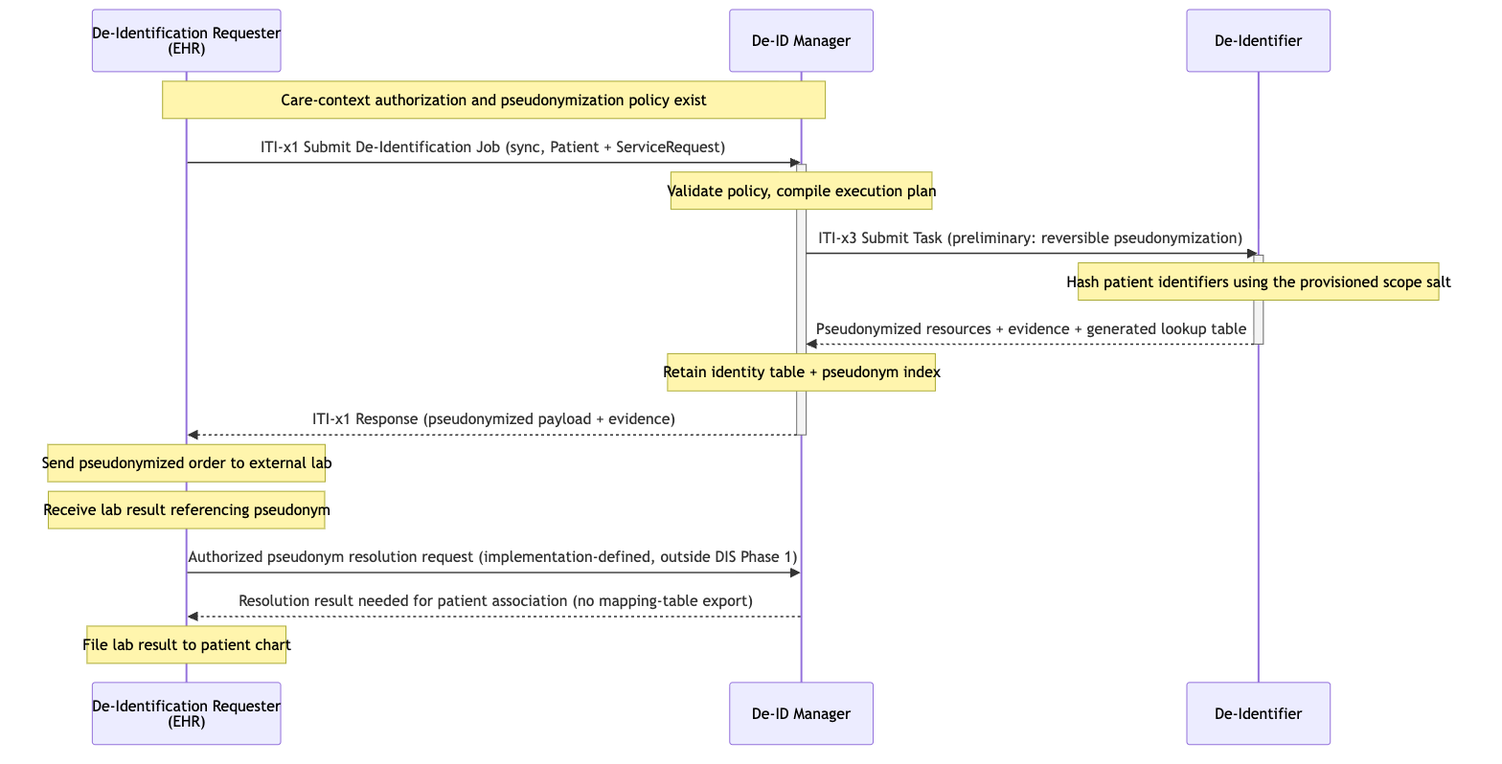
Earlier version of the Mermaid export input/images/dis-uc3-clinical-pathology.png (IHE/ITI.DIS). Its source is kept beside it as input/images-source/dis-uc3-clinical-pathology.mmd.
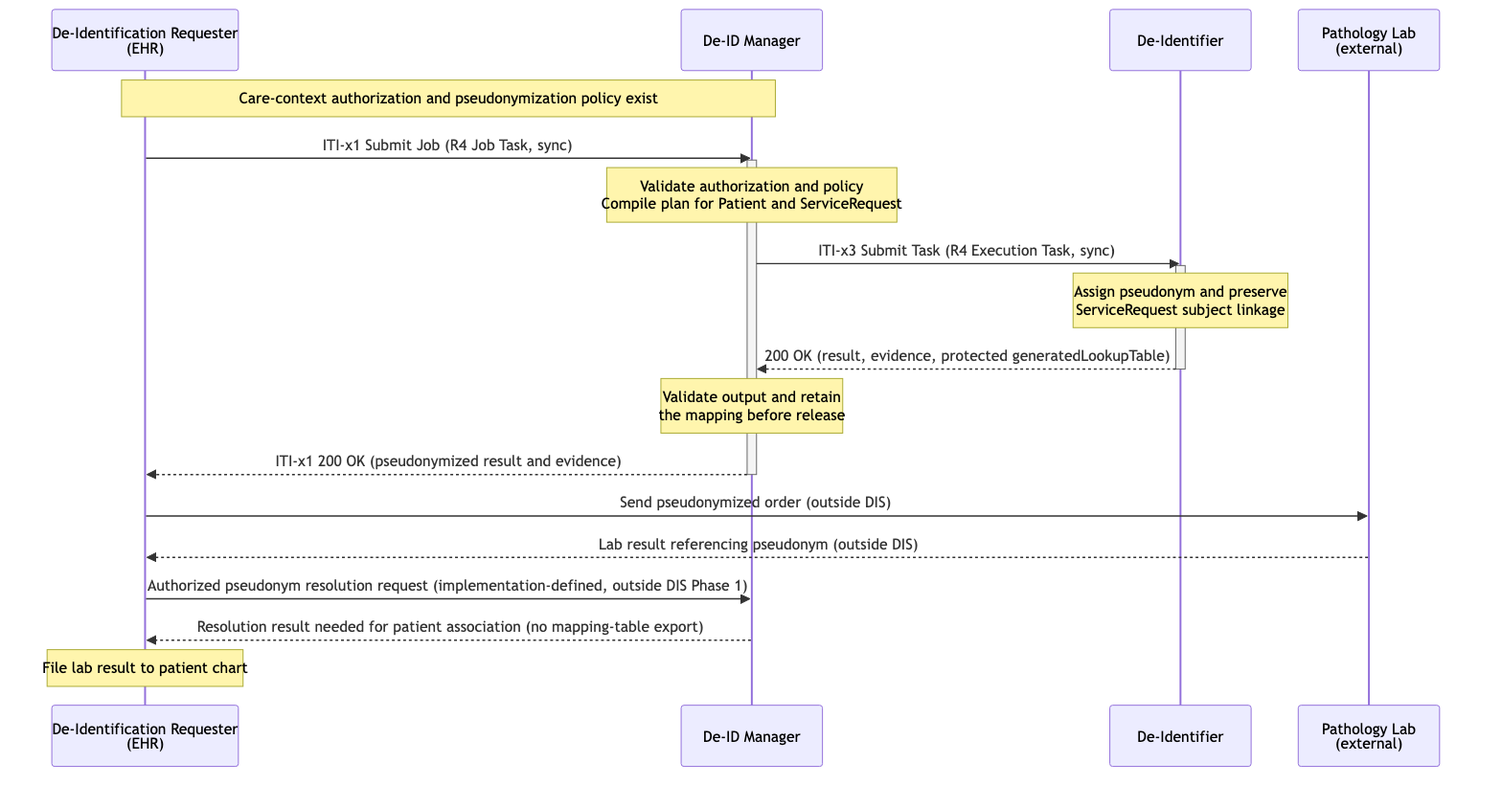
After the change.

Change to the diagram source:
```diff
@@ -2,25 +2,26 @@
     participant EHR as De-Identification Requester<br/>(EHR)
     participant MGR as De-ID Manager
     participant DI as De-Identifier
+    participant LAB as Pathology Lab<br/>(external)
 
     Note over EHR,MGR: Care-context authorization and pseudonymization policy exist
 
-    EHR->>MGR: ITI-x1 Submit De-Identification Job (sync, Patient + ServiceRequest)
+    EHR->>MGR: ITI-x1 Submit Job (R4 Job Task, sync)
     activate MGR
-    Note over MGR: Validate policy, compile execution plan
+    Note over MGR: Validate authorization and policy<br/>Compile plan for Patient and ServiceRequest
 
-    MGR->>DI: ITI-x3 Submit Task (preliminary: reversible pseudonymization)
+    MGR->>DI: ITI-x3 Submit Task (R4 Execution Task, sync)
     activate DI
-    Note over DI: Hash patient identifiers using the provisioned scope salt
-    DI-->>MGR: Pseudonymized resources + evidence + generated lookup table
+    Note over DI: Assign pseudonym and preserve<br/>ServiceRequest subject linkage
+    DI-->>MGR: 200 OK (result, evidence, protected generatedLookupTable)
     deactivate DI
 
-    Note over MGR: Retain identity table + pseudonym index
-    MGR-->>EHR: ITI-x1 Response (pseudonymized payload + evidence)
+    Note over MGR: Validate output and retain<br/>the mapping before release
+    MGR-->>EHR: ITI-x1 200 OK (pseudonymized result and evidence)
     deactivate MGR
 
-    Note over EHR: Send pseudonymized order to external lab
-    Note over EHR: Receive lab result referencing pseudonym
+    EHR->>LAB: Send pseudonymized order (outside DIS)
+    LAB-->>EHR: Lab result referencing pseudonym (outside DIS)
     EHR->>MGR: Authorized pseudonym resolution request (implementation-defined, outside DIS Phase 1)
     MGR-->>EHR: Resolution result needed for patient association (no mapping-table export)
     Note over EHR: File lab result to patient chart
```
